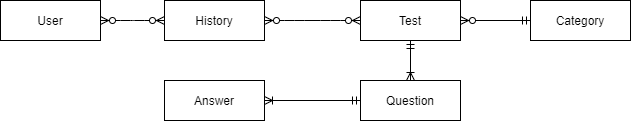
Before: app/assets/images/Untitled Diagram.png, a diagram exported from draw.io (gudyrmik/testguru). Source tidied: cells renumbered, new cells last; positions are measured from the earlier drawing's top-left corner, leaving out a move shared by most shapes. Source of this version:
```xml
<mxGraphModel>
  <root>
    <mxCell id="0" />
    <mxCell id="1" parent="0" />
    <mxCell id="2" value="User" style="whiteSpace=wrap;html=1;align=center;rounded=0;shadow=0;glass=0;" parent="1" vertex="1">
      <mxGeometry width="100" height="40" as="geometry" />
    </mxCell>
    <mxCell id="3" value="Test" style="whiteSpace=wrap;html=1;align=center;rounded=0;shadow=0;glass=0;" parent="1" vertex="1">
      <mxGeometry x="360" width="100" height="40" as="geometry" />
    </mxCell>
    <mxCell id="4" value="Question" style="whiteSpace=wrap;html=1;align=center;rounded=0;shadow=0;glass=0;" parent="1" vertex="1">
      <mxGeometry x="360" y="80" width="100" height="40" as="geometry" />
    </mxCell>
    <mxCell id="5" value="Answer" style="whiteSpace=wrap;html=1;align=center;rounded=0;shadow=0;glass=0;" parent="1" vertex="1">
      <mxGeometry x="164" y="80" width="100" height="40" as="geometry" />
    </mxCell>
    <mxCell id="6" value="Category" style="whiteSpace=wrap;html=1;align=center;rounded=0;shadow=0;glass=0;" parent="1" vertex="1">
      <mxGeometry x="530" width="100" height="40" as="geometry" />
    </mxCell>
    <mxCell id="7" value="History" style="whiteSpace=wrap;html=1;align=center;rounded=0;shadow=0;glass=0;" parent="1" vertex="1">
      <mxGeometry x="164" width="100" height="40" as="geometry" />
    </mxCell>
    <mxCell id="8" style="edgeStyle=entityRelationEdgeStyle;fontSize=12;html=1;endArrow=ERzeroToMany;endFill=1;startArrow=ERzeroToMany;shadow=0;exitX=1;exitY=0.5;exitDx=0;exitDy=0;entryX=0;entryY=0.5;entryDx=0;entryDy=0;" parent="1" edge="1" source="2" target="7">
      <mxGeometry relative="1" as="geometry" />
    </mxCell>
    <mxCell id="9" style="edgeStyle=entityRelationEdgeStyle;fontSize=12;html=1;endArrow=ERzeroToMany;endFill=1;startArrow=ERzeroToMany;shadow=0;entryX=0;entryY=0.5;entryDx=0;entryDy=0;exitX=1;exitY=0.5;exitDx=0;exitDy=0;" parent="1" edge="1" source="7" target="3">
      <mxGeometry relative="1" as="geometry" />
    </mxCell>
    <mxCell id="10" style="fontSize=12;html=1;endArrow=ERzeroToMany;startArrow=ERmandOne;shadow=0;entryX=1;entryY=0.5;entryDx=0;entryDy=0;exitX=0;exitY=0.5;exitDx=0;exitDy=0;" parent="1" edge="1" source="6" target="3">
      <mxGeometry relative="1" as="geometry" />
    </mxCell>
    <mxCell id="11" style="fontSize=12;html=1;endArrow=ERoneToMany;startArrow=ERmandOne;shadow=0;exitX=0.5;exitY=1;exitDx=0;exitDy=0;entryX=0.5;entryY=0;entryDx=0;entryDy=0;" parent="1" edge="1" source="3" target="4">
      <mxGeometry relative="1" as="geometry" />
    </mxCell>
    <mxCell id="12" style="fontSize=12;html=1;endArrow=ERoneToMany;startArrow=ERmandOne;shadow=0;entryX=1;entryY=0.5;entryDx=0;entryDy=0;exitX=0;exitY=0.5;exitDx=0;exitDy=0;" parent="1" edge="1" source="4" target="5">
      <mxGeometry relative="1" as="geometry" />
    </mxCell>
  </root>
</mxGraphModel>
```
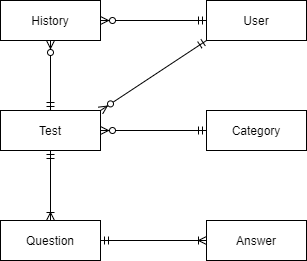
Later version of the same file.

The edit, as a diff of the source:
```diff
@@ -3,37 +3,40 @@
     <mxCell id="0" />
     <mxCell id="1" parent="0" />
     <mxCell id="2" value="User" style="whiteSpace=wrap;html=1;align=center;rounded=0;shadow=0;glass=0;" parent="1" vertex="1">
-      <mxGeometry width="100" height="40" as="geometry" />
+      <mxGeometry x="370" width="100" height="40" as="geometry" />
     </mxCell>
     <mxCell id="3" value="Test" style="whiteSpace=wrap;html=1;align=center;rounded=0;shadow=0;glass=0;" parent="1" vertex="1">
-      <mxGeometry x="360" width="100" height="40" as="geometry" />
+      <mxGeometry x="164" y="110" width="100" height="40" as="geometry" />
     </mxCell>
     <mxCell id="4" value="Question" style="whiteSpace=wrap;html=1;align=center;rounded=0;shadow=0;glass=0;" parent="1" vertex="1">
-      <mxGeometry x="360" y="80" width="100" height="40" as="geometry" />
+      <mxGeometry x="164" y="220" width="100" height="40" as="geometry" />
     </mxCell>
     <mxCell id="5" value="Answer" style="whiteSpace=wrap;html=1;align=center;rounded=0;shadow=0;glass=0;" parent="1" vertex="1">
-      <mxGeometry x="164" y="80" width="100" height="40" as="geometry" />
+      <mxGeometry x="370" y="220" width="100" height="40" as="geometry" />
     </mxCell>
     <mxCell id="6" value="Category" style="whiteSpace=wrap;html=1;align=center;rounded=0;shadow=0;glass=0;" parent="1" vertex="1">
-      <mxGeometry x="530" width="100" height="40" as="geometry" />
+      <mxGeometry x="370" y="110" width="100" height="40" as="geometry" />
     </mxCell>
     <mxCell id="7" value="History" style="whiteSpace=wrap;html=1;align=center;rounded=0;shadow=0;glass=0;" parent="1" vertex="1">
       <mxGeometry x="164" width="100" height="40" as="geometry" />
     </mxCell>
-    <mxCell id="8" style="edgeStyle=entityRelationEdgeStyle;fontSize=12;html=1;endArrow=ERzeroToMany;endFill=1;startArrow=ERzeroToMany;shadow=0;exitX=1;exitY=0.5;exitDx=0;exitDy=0;entryX=0;entryY=0.5;entryDx=0;entryDy=0;" parent="1" edge="1" source="2" target="7">
-      <mxGeometry relative="1" as="geometry" />
-    </mxCell>
-    <mxCell id="9" style="edgeStyle=entityRelationEdgeStyle;fontSize=12;html=1;endArrow=ERzeroToMany;endFill=1;startArrow=ERzeroToMany;shadow=0;entryX=0;entryY=0.5;entryDx=0;entryDy=0;exitX=1;exitY=0.5;exitDx=0;exitDy=0;" parent="1" edge="1" source="7" target="3">
-      <mxGeometry relative="1" as="geometry" />
-    </mxCell>
     <mxCell id="10" style="fontSize=12;html=1;endArrow=ERzeroToMany;startArrow=ERmandOne;shadow=0;entryX=1;entryY=0.5;entryDx=0;entryDy=0;exitX=0;exitY=0.5;exitDx=0;exitDy=0;" parent="1" edge="1" source="6" target="3">
       <mxGeometry relative="1" as="geometry" />
     </mxCell>
     <mxCell id="11" style="fontSize=12;html=1;endArrow=ERoneToMany;startArrow=ERmandOne;shadow=0;exitX=0.5;exitY=1;exitDx=0;exitDy=0;entryX=0.5;entryY=0;entryDx=0;entryDy=0;" parent="1" edge="1" source="3" target="4">
       <mxGeometry relative="1" as="geometry" />
     </mxCell>
-    <mxCell id="12" style="fontSize=12;html=1;endArrow=ERoneToMany;startArrow=ERmandOne;shadow=0;entryX=1;entryY=0.5;entryDx=0;entryDy=0;exitX=0;exitY=0.5;exitDx=0;exitDy=0;" parent="1" edge="1" source="4" target="5">
+    <mxCell id="12" style="fontSize=12;html=1;endArrow=ERoneToMany;startArrow=ERmandOne;shadow=0;exitX=1;exitY=0.5;exitDx=0;exitDy=0;entryX=0;entryY=0.5;entryDx=0;entryDy=0;" parent="1" edge="1" source="4" target="5">
       <mxGeometry relative="1" as="geometry" />
     </mxCell>
+    <mxCell id="8" style="fontSize=12;html=1;endArrow=ERzeroToMany;startArrow=ERmandOne;shadow=0;exitX=0;exitY=0.5;exitDx=0;exitDy=0;entryX=1;entryY=0.5;entryDx=0;entryDy=0;" parent="1" edge="1" source="2" target="7">
+      <mxGeometry relative="1" as="geometry" />
+    </mxCell>
+    <mxCell id="13" style="fontSize=12;html=1;endArrow=ERzeroToMany;startArrow=ERmandOne;shadow=0;exitX=0.5;exitY=0;exitDx=0;exitDy=0;entryX=0.5;entryY=1;entryDx=0;entryDy=0;" parent="1" edge="1" source="3" target="7">
+      <mxGeometry relative="1" as="geometry" />
+    </mxCell>
+    <mxCell id="14" style="fontSize=12;html=1;endArrow=ERzeroToMany;startArrow=ERmandOne;shadow=0;entryX=1;entryY=0;entryDx=0;entryDy=0;exitX=0;exitY=1;exitDx=0;exitDy=0;" parent="1" edge="1" source="2" target="3">
+      <mxGeometry relative="1" as="geometry" />
+    </mxCell>
   </root>
 </mxGraphModel>
```
